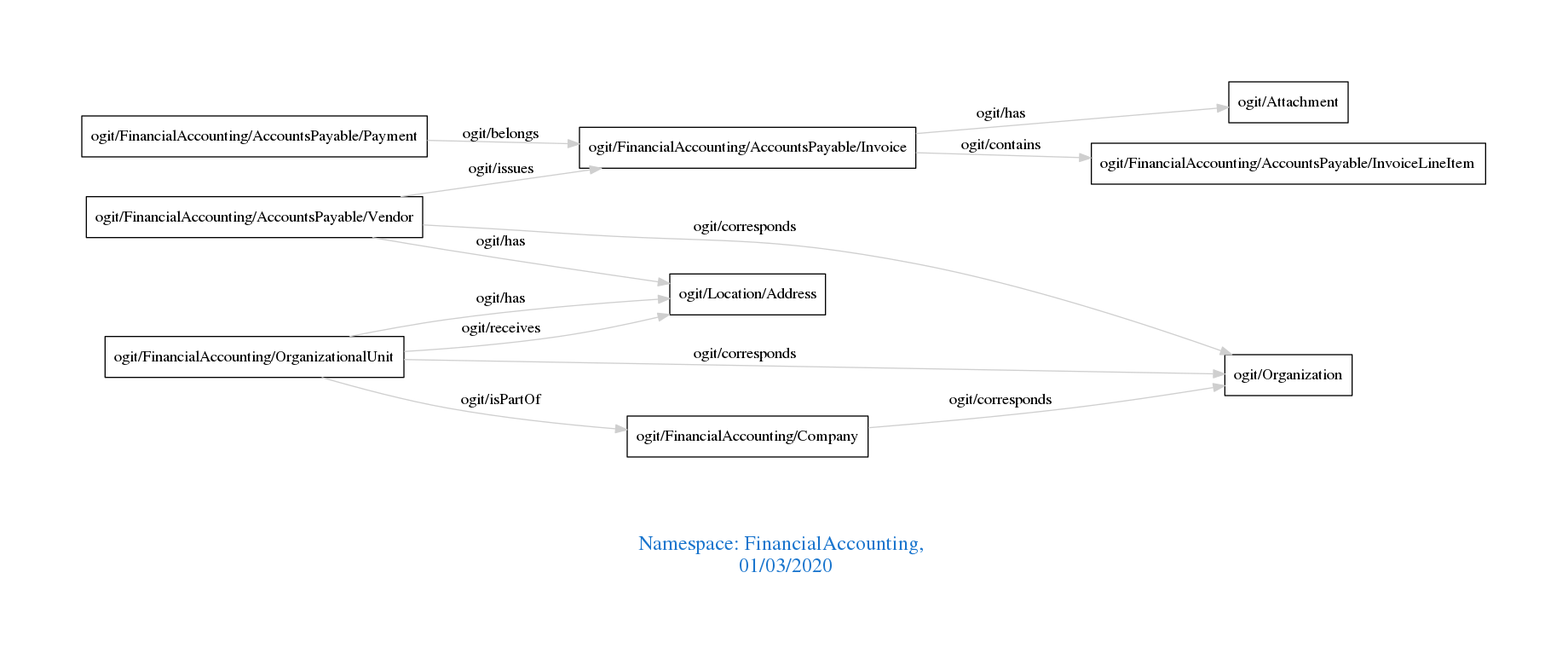
Before: downloads/FinancialAccounting.png, a diagram exported from Graphviz (arago/OGIT). Its source is kept beside it as downloads/FinancialAccounting.dot.
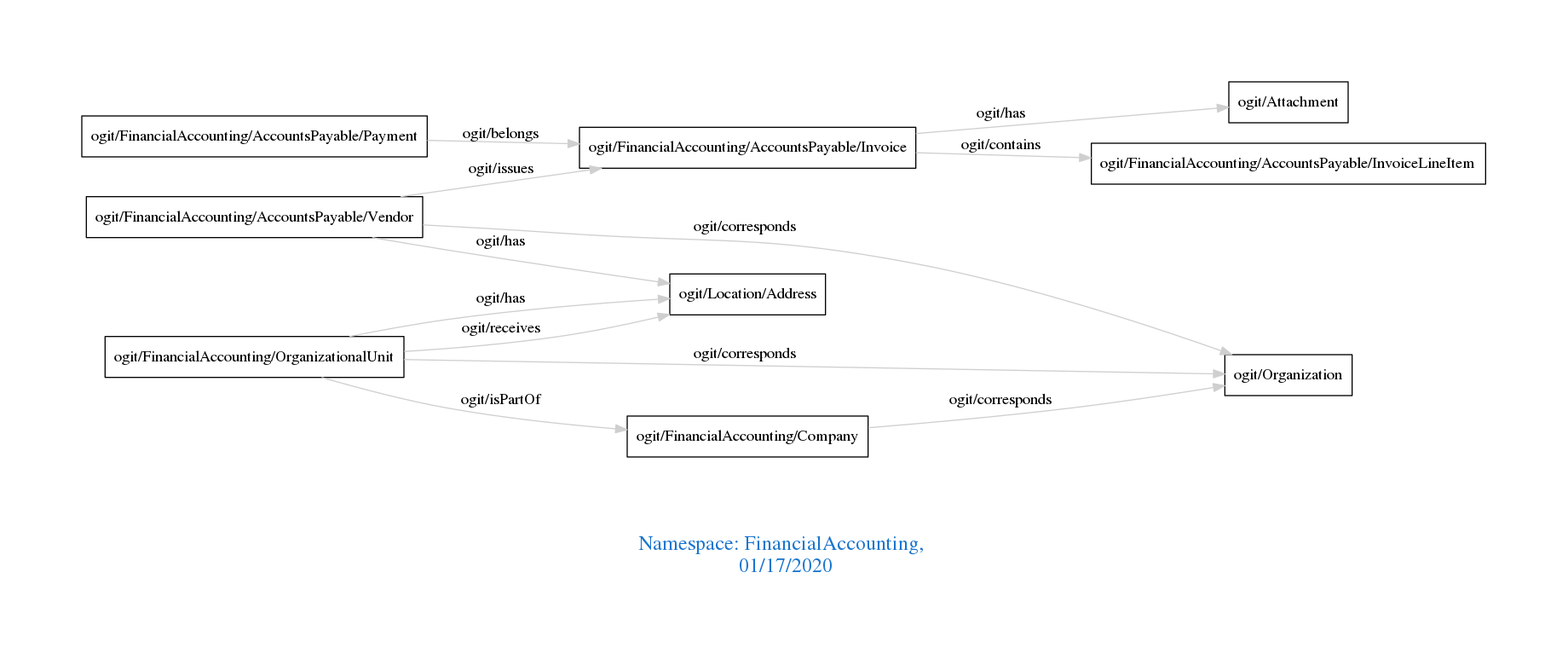
After the commit.

What changed in the source:
```diff
@@ -1,7 +1,7 @@
 digraph OGIT_ontology {
  graph [ rankdir= LR,pad=1
 fontsize = 18,
-fontcolor= dodgerblue3,label = "\n\n\nNamespace: FinancialAccounting, \n 01/03/2020"];
+fontcolor= dodgerblue3,label = "\n\n\nNamespace: FinancialAccounting, \n 01/17/2020"];
 node[shape=polygon];
 edge [  color="gray81"];
 
```
